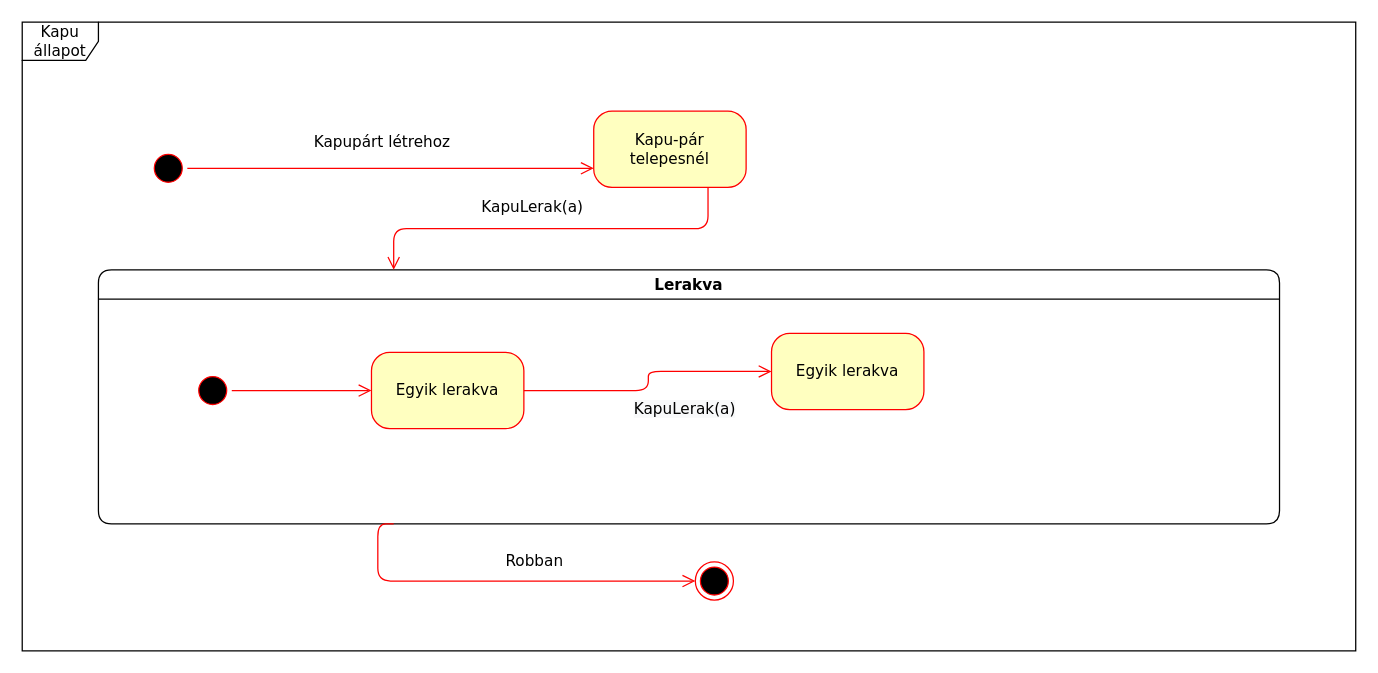
Above: doc/uml/teleport_allapot.drawio in torpeBoiGo/aszteroidabanyaszat (draw.io), before the change. Source tidied: cells renumbered, new cells numbered last; positions are measured from the earlier drawing's top-left corner, leaving out a move shared by most shapes. Both pictures are drawn from the tidied source at 127%, with x=0, y=0 at pixel (22, 22).
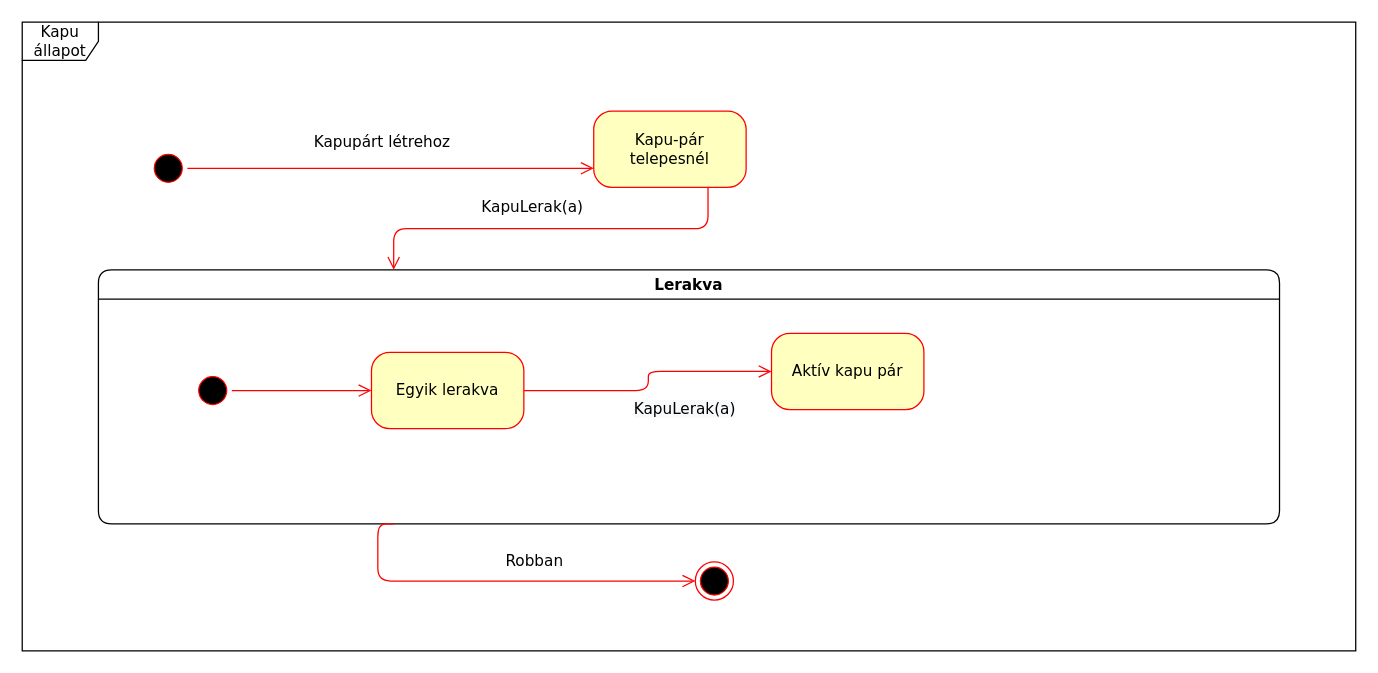
Above is the later version.

Change to the diagram source:
```diff
@@
 <mxGraphModel background="#ffffff">
   <root>
     <mxCell id="0" />
     <mxCell id="1" parent="0" />
     <mxCell id="2" value="Kapu állapot" style="shape=umlFrame;whiteSpace=wrap;html=1;rounded=1;shadow=0;comic=0;labelBackgroundColor=none;strokeWidth=1;fontFamily=Verdana;fontSize=12;align=center;" parent="1" vertex="1">
       <mxGeometry width="1050" height="495" as="geometry" />
     </mxCell>
     <mxCell id="3" style="ellipse;html=1;shape=startState;fillColor=#000000;strokeColor=#ff0000;rounded=1;shadow=0;comic=0;labelBackgroundColor=none;fontFamily=Verdana;fontSize=12;fontColor=#000000;align=center;direction=south;" parent="1" vertex="1">
       <mxGeometry x="100" y="100" width="30" height="30" as="geometry" />
     </mxCell>
     <mxCell id="4" value="Kapu-pár telepesnél" style="rounded=1;whiteSpace=wrap;html=1;arcSize=24;fillColor=#ffffc0;strokeColor=#ff0000;shadow=0;comic=0;labelBackgroundColor=none;fontFamily=Verdana;fontSize=12;fontColor=#000000;align=center;" parent="1" vertex="1">
       <mxGeometry x="450" y="70" width="120" height="60" as="geometry" />
     </mxCell>
     <mxCell id="5" value="Lerakva" style="swimlane;whiteSpace=wrap;html=1;rounded=1;shadow=0;comic=0;labelBackgroundColor=none;strokeWidth=1;fontFamily=Verdana;fontSize=12;align=center;" parent="1" vertex="1">
       <mxGeometry x="60" y="195" width="930" height="200" as="geometry" />
     </mxCell>
     <mxCell id="6" value="Egyik lerakva" style="rounded=1;whiteSpace=wrap;html=1;arcSize=24;fillColor=#ffffc0;strokeColor=#ff0000;shadow=0;comic=0;labelBackgroundColor=none;fontFamily=Verdana;fontSize=12;fontColor=#000000;align=center;" parent="5" vertex="1">
       <mxGeometry x="215" y="65" width="120" height="60" as="geometry" />
     </mxCell>
     <mxCell id="7" style="edgeStyle=elbowEdgeStyle;html=1;labelBackgroundColor=none;endArrow=open;endSize=8;strokeColor=#ff0000;fontFamily=Verdana;fontSize=12;align=left;" parent="5" edge="1" source="8" target="6">
       <mxGeometry relative="1" as="geometry" />
     </mxCell>
     <mxCell id="8" style="ellipse;html=1;shape=startState;fillColor=#000000;strokeColor=#ff0000;rounded=1;shadow=0;comic=0;labelBackgroundColor=none;fontFamily=Verdana;fontSize=12;fontColor=#000000;align=center;direction=south;" parent="5" vertex="1">
       <mxGeometry x="75" y="80" width="30" height="30" as="geometry" />
     </mxCell>
     <mxCell id="9" value="Kapupárt létrehoz" style="edgeStyle=orthogonalEdgeStyle;html=1;labelBackgroundColor=none;endArrow=open;endSize=8;strokeColor=#ff0000;fontFamily=Verdana;fontSize=12;align=left;entryX=0;entryY=0.75;entryDx=0;entryDy=0;" parent="1" edge="1" source="3" target="4">
       <mxGeometry x="-0.39" y="20" relative="1" as="geometry">
         <Array as="points">
           <mxPoint x="420" y="115" />
         </Array>
       </mxGeometry>
     </mxCell>
     <mxCell id="10" value="KapuLerak(a)" style="edgeStyle=orthogonalEdgeStyle;html=1;labelBackgroundColor=none;endArrow=open;endSize=8;strokeColor=#ff0000;fontFamily=Verdana;fontSize=12;align=left;exitX=0.75;exitY=1;exitDx=0;exitDy=0;entryX=0.25;entryY=0;entryDx=0;entryDy=0;" parent="1" edge="1" source="4" target="5">
       <mxGeometry x="0.36" y="-17" relative="1" as="geometry">
         <mxPoint x="-1" as="offset" />
       </mxGeometry>
     </mxCell>
     <mxCell id="11" value="Robban" style="edgeStyle=elbowEdgeStyle;html=1;labelBackgroundColor=none;endArrow=open;endSize=8;strokeColor=#ff0000;fontFamily=Verdana;fontSize=12;align=left;exitX=0.25;exitY=1;exitDx=0;exitDy=0;entryX=0;entryY=0.5;entryDx=0;entryDy=0;" parent="1" edge="1" source="5" target="12">
       <mxGeometry x="0.02" y="15" relative="1" as="geometry">
         <Array as="points">
           <mxPoint x="280" y="445" />
         </Array>
         <mxPoint x="-1" as="offset" />
       </mxGeometry>
     </mxCell>
     <mxCell id="12" style="ellipse;html=1;shape=endState;fillColor=#000000;strokeColor=#ff0000;rounded=1;shadow=0;comic=0;labelBackgroundColor=none;fontFamily=Verdana;fontSize=12;fontColor=#000000;align=center;" parent="1" vertex="1">
       <mxGeometry x="530" y="425" width="30" height="30" as="geometry" />
     </mxCell>
     <mxCell id="13" value="&#10;&#10;&lt;span style=&quot;color: rgb(0, 0, 0); font-family: verdana; font-size: 12px; font-style: normal; font-weight: 400; letter-spacing: normal; text-align: left; text-indent: 0px; text-transform: none; word-spacing: 0px; background-color: rgb(248, 249, 250); display: inline; float: none;&quot;&gt;KapuLerak(a)&lt;/span&gt;&#10;&#10;" style="edgeStyle=elbowEdgeStyle;html=1;labelBackgroundColor=none;endArrow=open;endSize=8;strokeColor=#ff0000;fontFamily=Verdana;fontSize=12;align=left;exitX=1;exitY=0.5;exitDx=0;exitDy=0;" parent="1" edge="1" source="6" target="14">
       <mxGeometry x="-0.19" y="-15" relative="1" as="geometry" />
     </mxCell>
-    <mxCell id="14" value="Egyik lerakva" style="rounded=1;whiteSpace=wrap;html=1;arcSize=24;fillColor=#ffffc0;strokeColor=#ff0000;shadow=0;comic=0;labelBackgroundColor=none;fontFamily=Verdana;fontSize=12;fontColor=#000000;align=center;" parent="1" vertex="1">
+    <mxCell id="14" value="Aktív kapu pár" style="rounded=1;whiteSpace=wrap;html=1;arcSize=24;fillColor=#ffffc0;strokeColor=#ff0000;shadow=0;comic=0;labelBackgroundColor=none;fontFamily=Verdana;fontSize=12;fontColor=#000000;align=center;" parent="1" vertex="1">
       <mxGeometry x="590" y="245" width="120" height="60" as="geometry" />
     </mxCell>
   </root>
 </mxGraphModel>
```
